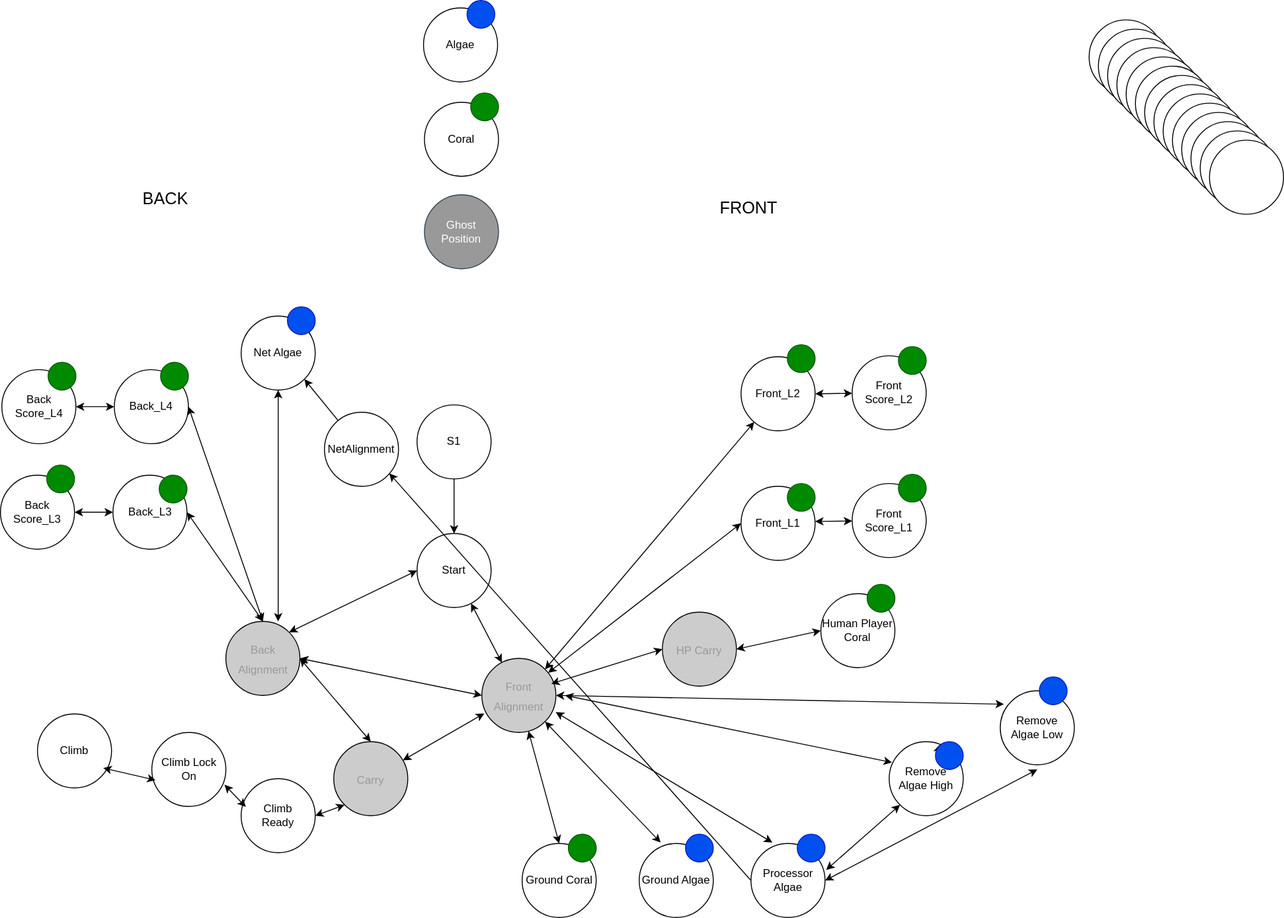
The draw.io diagram src/main/java/frc/robot/subsystems/ArmControl/ArmGraph.drawio.svg in RossRambotics/2025-ReefScape, before a commit. Source tidied: cells renumbered, new cells last; positions are measured from the earlier drawing's top-left corner, leaving out a move shared by most shapes.
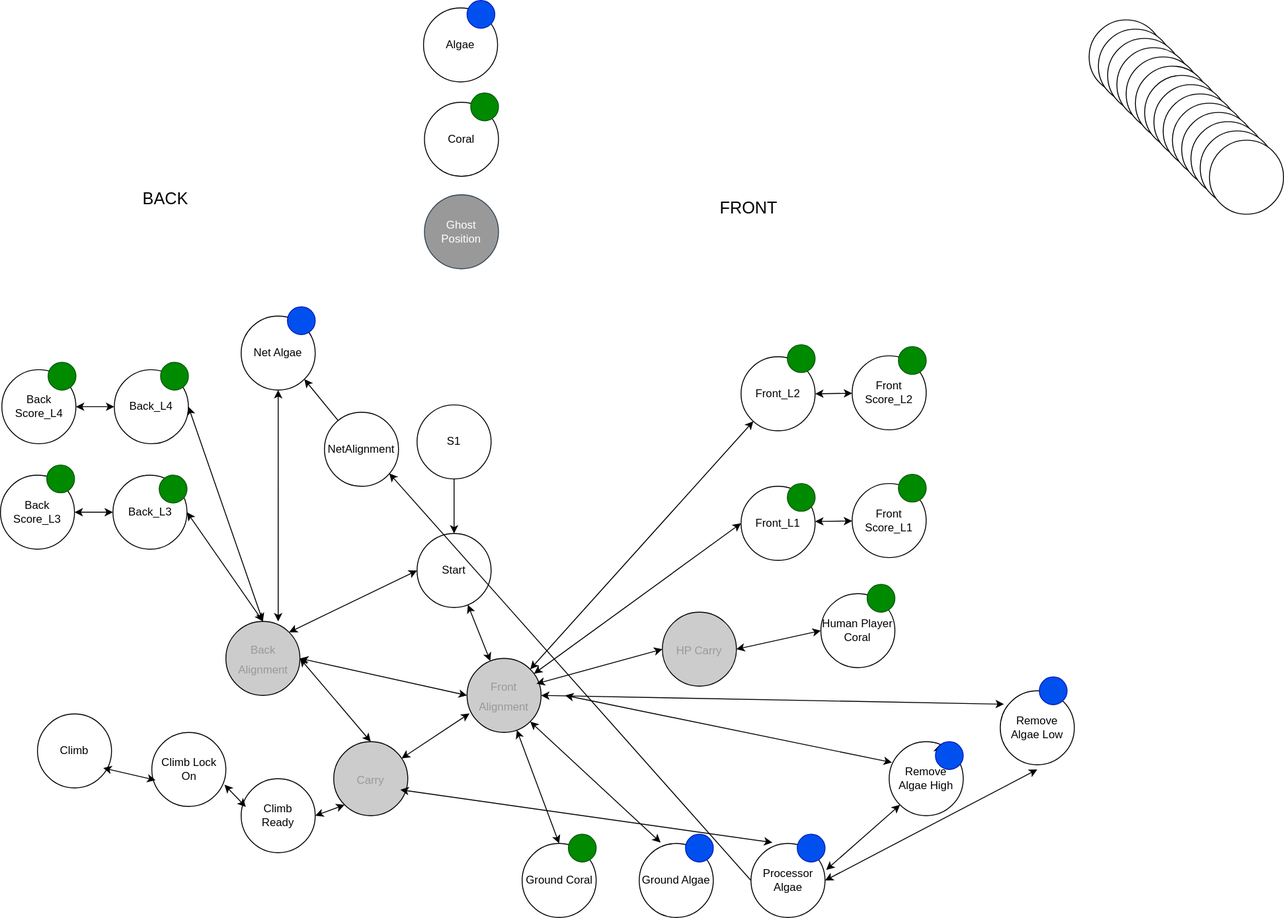
Later version of the same file.

Commit message:
fixes to graph for algae

Diff of the diagram source:
```diff
@@ -138,7 +138,7 @@
       <mxGeometry relative="1" as="geometry" />
     </mxCell>
     <mxCell id="47" value="&lt;font color=&quot;#999999&quot;&gt;&lt;span style=&quot;font-size: 12px;&quot;&gt;Front Alignment&lt;/span&gt;&lt;/font&gt;" style="ellipse;whiteSpace=wrap;html=1;fontSize=18;gradientColor=none;fillColor=#CCCCCC;" parent="1" vertex="1">
-      <mxGeometry x="520" y="711" width="80" height="80" as="geometry" />
+      <mxGeometry x="504" y="711" width="80" height="80" as="geometry" />
     </mxCell>
     <mxCell id="48" value="&lt;font color=&quot;#999999&quot;&gt;&lt;span style=&quot;font-size: 12px;&quot;&gt;Carry&lt;/span&gt;&lt;/font&gt;" style="ellipse;whiteSpace=wrap;html=1;fontSize=18;gradientColor=none;fillColor=#CCCCCC;" parent="1" vertex="1">
       <mxGeometry x="360" y="801" width="80" height="80" as="geometry" />
@@ -204,7 +204,7 @@
     <mxCell id="67" style="ellipse;whiteSpace=wrap;html=1;fillColor=#0050ef;fontColor=#ffffff;strokeColor=#001DBC;" parent="1" vertex="1">
       <mxGeometry x="860.7" y="901" width="30" height="30" as="geometry" />
     </mxCell>
-    <mxCell id="68" style="edgeStyle=none;html=1;exitX=0.289;exitY=-0.013;exitDx=0;exitDy=0;fontSize=12;startArrow=classic;startFill=1;entryX=0.997;entryY=0.725;entryDx=0;entryDy=0;exitPerimeter=0;entryPerimeter=0;" parent="1" edge="1" source="66" target="47">
+    <mxCell id="68" style="edgeStyle=none;html=1;exitX=0.289;exitY=-0.013;exitDx=0;exitDy=0;fontSize=12;startArrow=classic;startFill=1;entryX=0.9;entryY=0.65;entryDx=0;entryDy=0;exitPerimeter=0;entryPerimeter=0;" parent="1" edge="1" source="66" target="48">
       <mxGeometry relative="1" as="geometry" />
     </mxCell>
     <mxCell id="69" value="&amp;nbsp;Net Algae" style="ellipse;whiteSpace=wrap;html=1;" parent="1" vertex="1">
```
